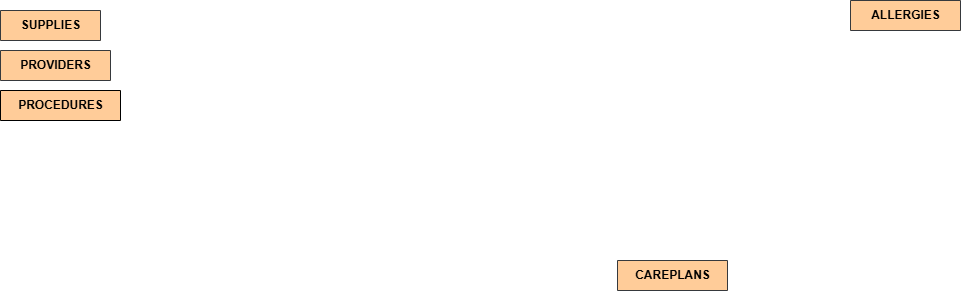
Before: BigDataProject.drawio.png, a diagram exported from draw.io (UtsuroNoArashi/BigDataProject). Source tidied: cells renumbered, new cells last; positions are measured from the earlier drawing's top-left corner, leaving out a move shared by most shapes.
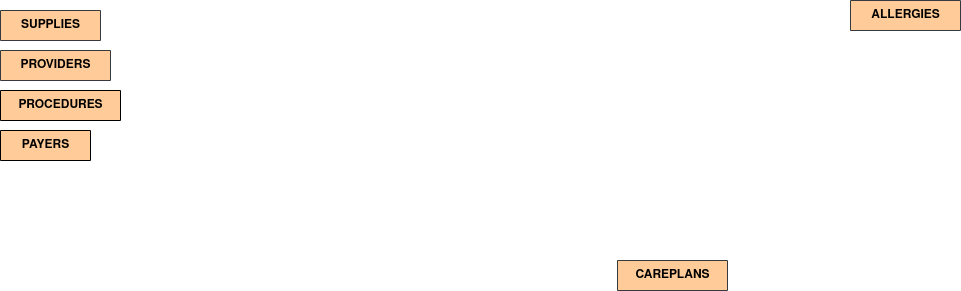
Later version of the same file.

What changed in the source:
```diff
@@ -17,5 +17,8 @@
     <mxCell id="6" value="CAREPLANS" style="shape=table;startSize=30;rowLines=0;fontStyle=1;align=center;html=1;fillColor=light-dark(#FFCC99,#B98351);strokeColor=light-dark(#36393D,#DDE2E4);fontColor=light-dark(#000000,#000000);" parent="1" vertex="1" collapsed="1">
       <mxGeometry x="617" y="260" width="110" height="30" as="geometry" />
     </mxCell>
+    <mxCell id="7" value="&lt;div&gt;PAYERS&lt;/div&gt;" style="shape=table;startSize=30;rowLines=0;fontStyle=1;align=center;html=1;fontColor=light-dark(#000000,#000000);fillColor=light-dark(#FFCC99,#B98351);" parent="1" vertex="1" collapsed="1">
+      <mxGeometry y="130" width="90" height="30" as="geometry" />
+    </mxCell>
   </root>
 </mxGraphModel>
```
